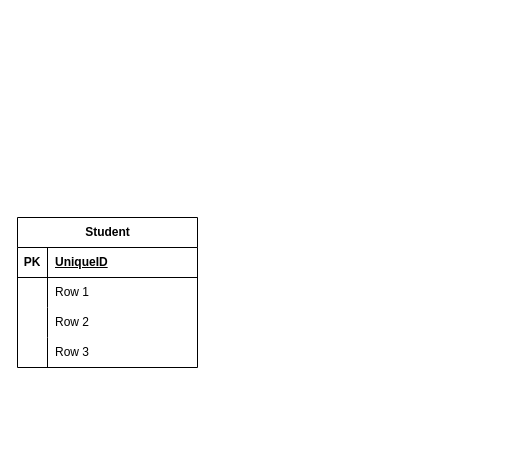
Earlier version of the draw.io diagram Document/ERD/screenflow.drawio (WaveInf/SWP391_AcademicBlog). Source tidied: cells renumbered, new cells numbered last; positions are measured from the earlier drawing's top-left corner, leaving out a move shared by most shapes. Both pictures are drawn from the tidied source at 100%, with x=0, y=0 at pixel (17, 217).
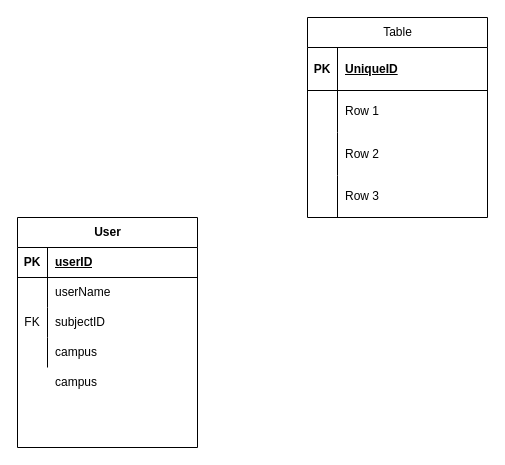
After the change.

Unchanged cells that the change refers to:
```xml
<mxCell id="3" style="shape=tableRow;horizontal=0;startSize=0;swimlaneHead=0;swimlaneBody=0;fillColor=none;top=0;left=0;right=0;bottom=1;" parent="2" vertex="1">
  <mxGeometry y="30" width="180" height="30" as="geometry" />
</mxCell>
<mxCell id="6" style="shape=tableRow;horizontal=0;startSize=0;swimlaneHead=0;swimlaneBody=0;fillColor=none;top=0;left=0;right=0;bottom=0;" parent="2" vertex="1">
  <mxGeometry y="60" width="180" height="30" as="geometry" />
</mxCell>
<mxCell id="9" style="shape=tableRow;horizontal=0;startSize=0;swimlaneHead=0;swimlaneBody=0;fillColor=none;top=0;left=0;right=0;bottom=0;" parent="2" vertex="1">
  <mxGeometry y="90" width="180" height="30" as="geometry" />
</mxCell>
<mxCell id="12" style="shape=tableRow;horizontal=0;startSize=0;swimlaneHead=0;swimlaneBody=0;fillColor=none;top=0;left=0;right=0;bottom=0;" parent="2" vertex="1">
  <mxGeometry y="120" width="180" height="30" as="geometry" />
</mxCell>
```

The edit, as a diff of the source:
```diff
@@
-    <mxCell id="2" value="Student" style="shape=table;startSize=30;childLayout=tableLayout;rowLines=0;fontStyle=1;align=center;html=1;" parent="1" vertex="1">
-      <mxGeometry width="180" height="150" as="geometry" />
+    <mxCell id="2" value="User" style="shape=table;startSize=30;childLayout=tableLayout;rowLines=0;fontStyle=1;align=center;html=1;" parent="1" vertex="1">
+      <mxGeometry width="180" height="230" as="geometry" />
     </mxCell>
@@
-    <mxCell id="5" value="UniqueID" style="shape=partialRectangle;fillColor=none;top=0;left=0;bottom=0;right=0;align=left;spacingLeft=6;fontStyle=5;overflow=hidden;whiteSpace=wrap;html=1;" parent="3" vertex="1">
+    <mxCell id="5" value="userID" style="shape=partialRectangle;fillColor=none;top=0;left=0;bottom=0;right=0;align=left;spacingLeft=6;fontStyle=5;overflow=hidden;whiteSpace=wrap;html=1;" parent="3" vertex="1">
       <mxGeometry x="30" width="150" height="30" as="geometry" />
     </mxCell>
@@
-    <mxCell id="8" value="Row 1" style="shape=partialRectangle;fillColor=none;top=0;left=0;bottom=0;right=0;align=left;spacingLeft=6;overflow=hidden;whiteSpace=wrap;html=1;" parent="6" vertex="1">
+    <mxCell id="8" value="userName" style="shape=partialRectangle;fillColor=none;top=0;left=0;bottom=0;right=0;align=left;spacingLeft=6;overflow=hidden;whiteSpace=wrap;html=1;" parent="6" vertex="1">
       <mxGeometry x="30" width="150" height="30" as="geometry" />
     </mxCell>
@@
-    <mxCell id="10" style="shape=partialRectangle;fillColor=none;top=0;left=0;bottom=0;right=0;overflow=hidden;whiteSpace=wrap;html=1;" parent="9" vertex="1">
+    <mxCell id="10" value="FK" style="shape=partialRectangle;fillColor=none;top=0;left=0;bottom=0;right=0;overflow=hidden;whiteSpace=wrap;html=1;" parent="9" vertex="1">
       <mxGeometry width="30" height="30" as="geometry" />
     </mxCell>
-    <mxCell id="11" value="Row 2" style="shape=partialRectangle;fillColor=none;top=0;left=0;bottom=0;right=0;align=left;spacingLeft=6;overflow=hidden;whiteSpace=wrap;html=1;" parent="9" vertex="1">
+    <mxCell id="11" value="subjectID" style="shape=partialRectangle;fillColor=none;top=0;left=0;bottom=0;right=0;align=left;spacingLeft=6;overflow=hidden;whiteSpace=wrap;html=1;" parent="9" vertex="1">
       <mxGeometry x="30" width="150" height="30" as="geometry" />
     </mxCell>
@@
-    <mxCell id="14" value="Row 3" style="shape=partialRectangle;fillColor=none;top=0;left=0;bottom=0;right=0;align=left;spacingLeft=6;overflow=hidden;whiteSpace=wrap;html=1;" parent="12" vertex="1">
+    <mxCell id="14" value="campus" style="shape=partialRectangle;fillColor=none;top=0;left=0;bottom=0;right=0;align=left;spacingLeft=6;overflow=hidden;whiteSpace=wrap;html=1;" parent="12" vertex="1">
       <mxGeometry x="30" width="150" height="30" as="geometry" />
     </mxCell>
+    <mxCell id="15" value="campus" style="shape=partialRectangle;fillColor=none;top=0;left=0;bottom=0;right=0;align=left;spacingLeft=6;overflow=hidden;whiteSpace=wrap;html=1;" parent="1" vertex="1">
+      <mxGeometry x="30" y="150" width="150" height="30" as="geometry" />
+    </mxCell>
+    <mxCell id="16" value="Table" style="shape=table;startSize=30;childLayout=tableLayout;rowLines=0;fontStyle=0;align=center;html=1;" parent="1" vertex="1">
+      <mxGeometry x="290" y="-200" width="180" height="200" as="geometry" />
+    </mxCell>
+    <mxCell id="17" style="shape=tableRow;horizontal=0;startSize=0;swimlaneHead=0;swimlaneBody=0;fillColor=none;top=0;left=0;right=0;bottom=1;" parent="16" vertex="1">
+      <mxGeometry y="30" width="180" height="43" as="geometry" />
+    </mxCell>
+    <mxCell id="18" value="PK" style="shape=partialRectangle;fillColor=none;top=0;left=0;bottom=0;right=0;fontStyle=1;overflow=hidden;whiteSpace=wrap;html=1;" parent="17" vertex="1">
+      <mxGeometry width="30" height="43" as="geometry" />
+    </mxCell>
+    <mxCell id="19" value="UniqueID" style="shape=partialRectangle;fillColor=none;top=0;left=0;bottom=0;right=0;align=left;spacingLeft=6;fontStyle=5;overflow=hidden;whiteSpace=wrap;html=1;" parent="17" vertex="1">
+      <mxGeometry x="30" width="150" height="43" as="geometry" />
+    </mxCell>
+    <mxCell id="20" style="shape=tableRow;horizontal=0;startSize=0;swimlaneHead=0;swimlaneBody=0;fillColor=none;top=0;left=0;right=0;bottom=0;" parent="16" vertex="1">
+      <mxGeometry y="73" width="180" height="42" as="geometry" />
+    </mxCell>
+    <mxCell id="21" style="shape=partialRectangle;fillColor=none;top=0;left=0;bottom=0;right=0;overflow=hidden;whiteSpace=wrap;html=1;" parent="20" vertex="1">
+      <mxGeometry width="30" height="42" as="geometry" />
+    </mxCell>
+    <mxCell id="22" value="Row 1" style="shape=partialRectangle;fillColor=none;top=0;left=0;bottom=0;right=0;align=left;spacingLeft=6;overflow=hidden;whiteSpace=wrap;html=1;" parent="20" vertex="1">
+      <mxGeometry x="30" width="150" height="42" as="geometry" />
+    </mxCell>
+    <mxCell id="23" style="shape=tableRow;horizontal=0;startSize=0;swimlaneHead=0;swimlaneBody=0;fillColor=none;top=0;left=0;right=0;bottom=0;" parent="16" vertex="1">
+      <mxGeometry y="115" width="180" height="43" as="geometry" />
+    </mxCell>
+    <mxCell id="24" style="shape=partialRectangle;fillColor=none;top=0;left=0;bottom=0;right=0;overflow=hidden;whiteSpace=wrap;html=1;" parent="23" vertex="1">
+      <mxGeometry width="30" height="43" as="geometry" />
+    </mxCell>
+    <mxCell id="25" value="Row 2" style="shape=partialRectangle;fillColor=none;top=0;left=0;bottom=0;right=0;align=left;spacingLeft=6;overflow=hidden;whiteSpace=wrap;html=1;" parent="23" vertex="1">
+      <mxGeometry x="30" width="150" height="43" as="geometry" />
+    </mxCell>
+    <mxCell id="26" style="shape=tableRow;horizontal=0;startSize=0;swimlaneHead=0;swimlaneBody=0;fillColor=none;top=0;left=0;right=0;bottom=0;" parent="16" vertex="1">
+      <mxGeometry y="158" width="180" height="42" as="geometry" />
+    </mxCell>
+    <mxCell id="27" style="shape=partialRectangle;fillColor=none;top=0;left=0;bottom=0;right=0;overflow=hidden;whiteSpace=wrap;html=1;" parent="26" vertex="1">
+      <mxGeometry width="30" height="42" as="geometry" />
+    </mxCell>
+    <mxCell id="28" value="Row 3" style="shape=partialRectangle;fillColor=none;top=0;left=0;bottom=0;right=0;align=left;spacingLeft=6;overflow=hidden;whiteSpace=wrap;html=1;" parent="26" vertex="1">
+      <mxGeometry x="30" width="150" height="42" as="geometry" />
+    </mxCell>
```
